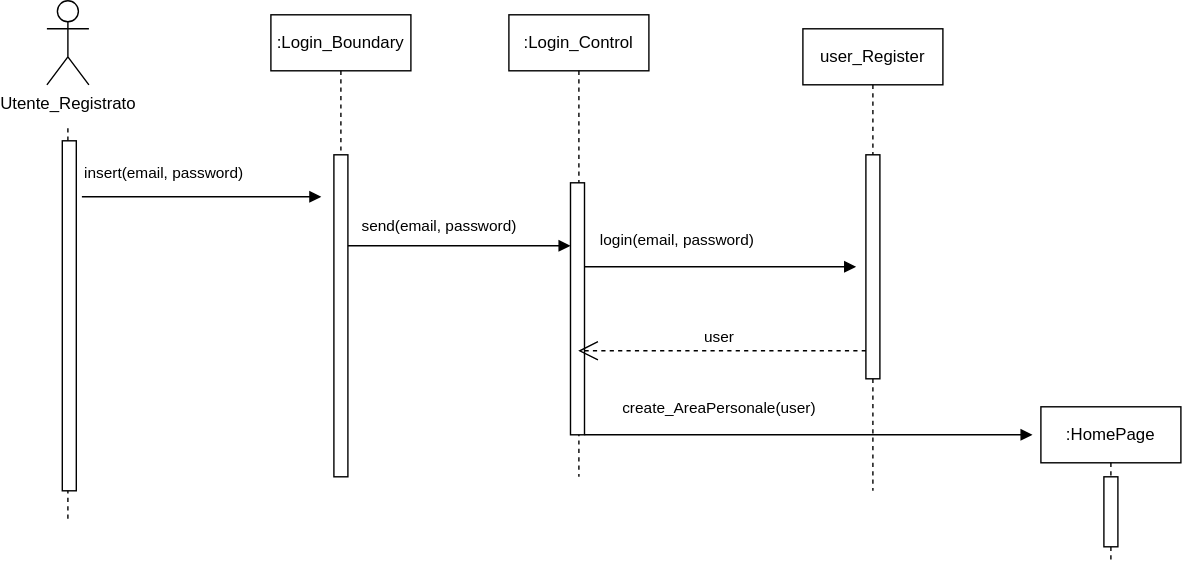
This is document temp/SD_AutenticazioneUtente.svg from dop654/CinePlex, a draw.io export, as it was before one commit. Source tidied: cells renumbered, new cells last; positions are measured from the earlier drawing's top-left corner, leaving out a move shared by most shapes.
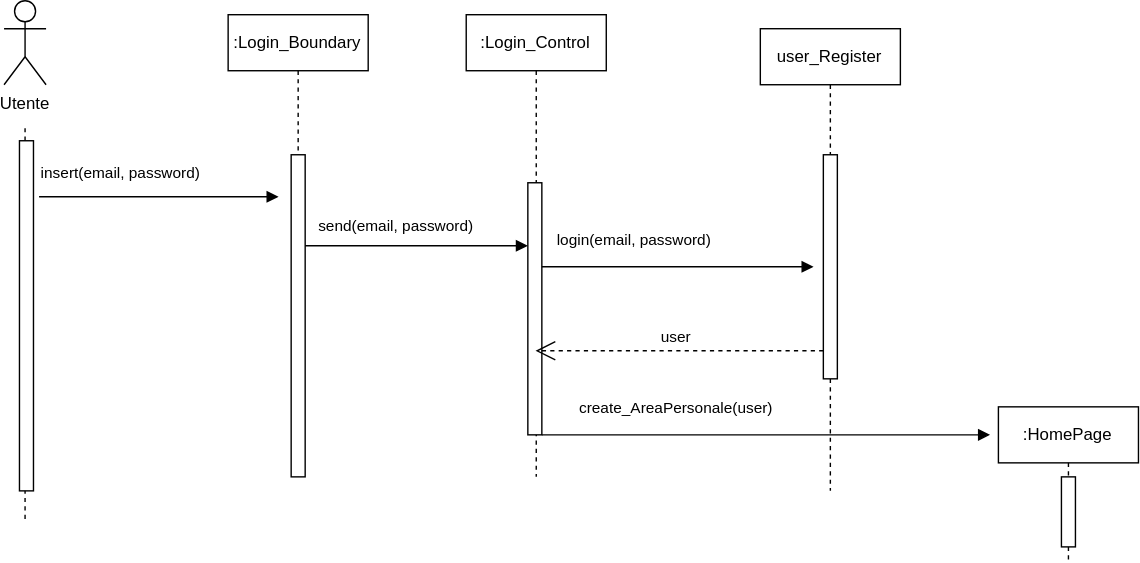
Later version of the same file.

What changed in the source:
```diff
@@ -2,15 +2,15 @@
   <root>
     <mxCell id="0" />
     <mxCell id="1" parent="0" />
-    <mxCell id="2" value="Utente_Registrato" style="shape=umlActor;verticalLabelPosition=bottom;verticalAlign=top;html=1;labelPerimeter=1;" parent="1" vertex="1">
-      <mxGeometry width="30" height="60" as="geometry" />
-    </mxCell>
-    <mxCell id="3" style="line;strokeWidth=1;fillColor=none;align=left;verticalAlign=middle;spacingTop=-1;spacingLeft=3;spacingRight=3;labelPosition=right;strokeColor=inherit;labelPerimeter=1;flipV=1;legacyAnchorPoints=0;direction=south;dashed=1;" parent="1" vertex="1">
-      <mxGeometry x="11" y="90" width="8" height="280" as="geometry" />
-    </mxCell>
-    <mxCell id="4" style="html=1;perimeter=orthogonalPerimeter;targetShapes=umlLifeline;newEdgeStyle={&quot;edgeStyle&quot;:&quot;sequenceEdgeStyle&quot;,&quot;libavoidRouting&quot;:0,&quot;curved&quot;:0,&quot;rounded&quot;:0};" parent="1" vertex="1">
-      <mxGeometry x="11" y="100" width="10" height="250" as="geometry" />
-    </mxCell>
+    <mxCell id="18" value="Utente" style="shape=umlActor;verticalLabelPosition=bottom;verticalAlign=top;html=1;labelPerimeter=1;" parent="1" vertex="1">
+      <mxGeometry width="30" height="60" as="geometry" />
+    </mxCell>
+    <mxCell id="19" style="line;strokeWidth=1;fillColor=none;align=left;verticalAlign=middle;spacingTop=-1;spacingLeft=3;spacingRight=3;labelPosition=right;strokeColor=inherit;labelPerimeter=1;flipV=1;legacyAnchorPoints=0;direction=south;dashed=1;" parent="1" vertex="1">
+      <mxGeometry x="11" y="90" width="8" height="280" as="geometry" />
+    </mxCell>
+    <mxCell id="20" style="html=1;perimeter=orthogonalPerimeter;targetShapes=umlLifeline;newEdgeStyle={&quot;edgeStyle&quot;:&quot;sequenceEdgeStyle&quot;,&quot;libavoidRouting&quot;:0,&quot;curved&quot;:0,&quot;rounded&quot;:0};" parent="1" vertex="1">
+      <mxGeometry x="11" y="100" width="10" height="250" as="geometry" />
+    </mxCell>
     <mxCell id="5" value=":Login_Boundary" style="shape=umlLifeline;perimeter=lifelinePerimeter;whiteSpace=wrap;html=1;newEdgeStyle={&quot;edgeStyle&quot;:&quot;sequenceEdgeStyle&quot;,&quot;libavoidRouting&quot;:0,&quot;curved&quot;:0,&quot;rounded&quot;:0};" parent="1" vertex="1">
       <mxGeometry x="160" y="10" width="100" height="330" as="geometry" />
     </mxCell>
```
